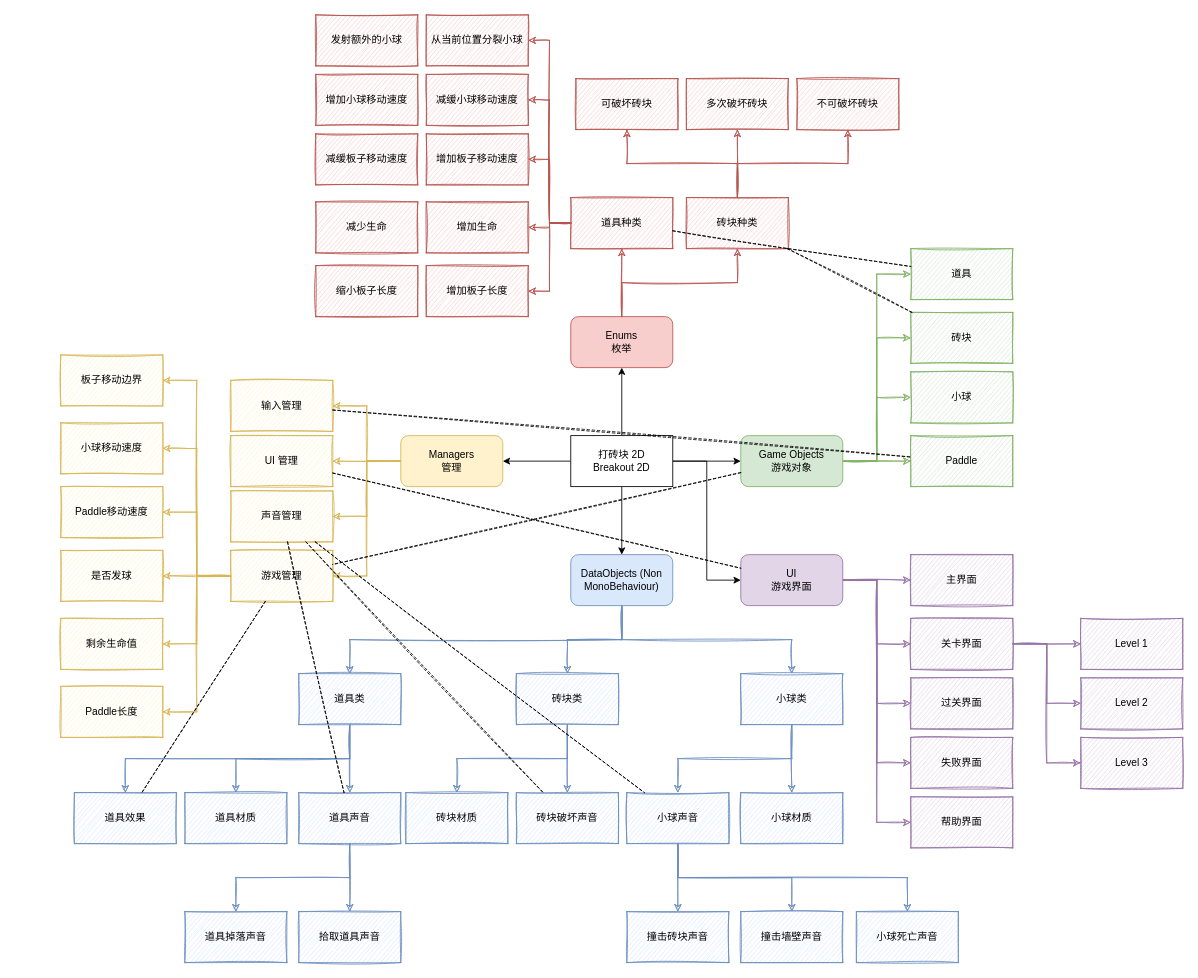
The draw.io diagram page "Game Structure" (2 of 2) of Brickout Game Design.drawio in 8cher/Breakout-2D, before the edit. Source tidied: cells renumbered, new cells numbered last; positions are measured from the earlier drawing's top-left corner, leaving out a move shared by most shapes. Both pictures are drawn from the tidied source at 85%, with x=0, y=0 at pixel (60, 14).
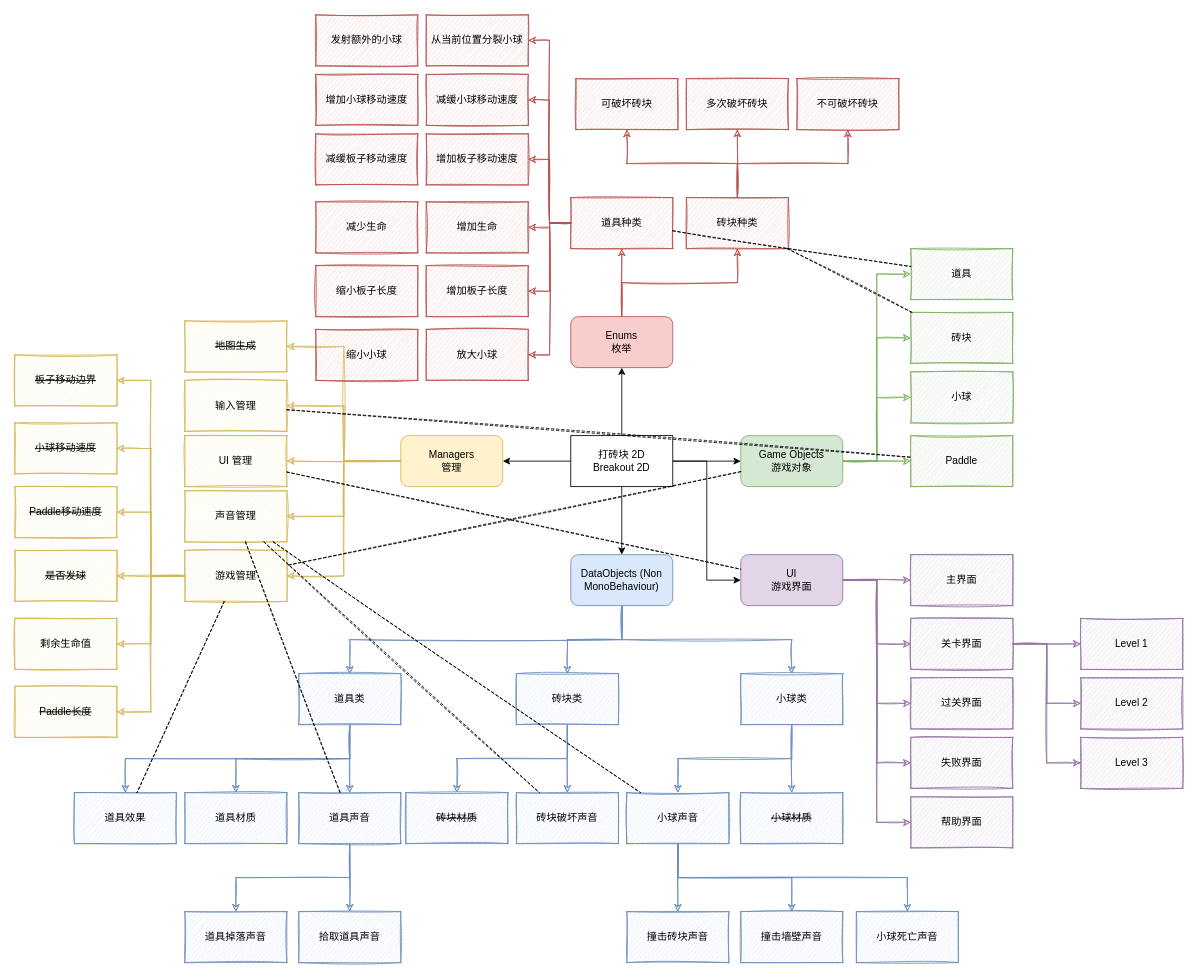
After the change.

Unchanged cells that the change refers to:
```xml
<mxCell id="22" value="&lt;div&gt;Managers&lt;/div&gt;&lt;div&gt;管理&lt;br&gt;&lt;/div&gt;" style="whiteSpace=wrap;html=1;rounded=1;fillColor=#fff2cc;strokeColor=#d6b656;" parent="1" vertex="1">
  <mxGeometry x="400" y="495" width="120" height="60" as="geometry" />
</mxCell>
<mxCell id="30" value="道具种类" style="whiteSpace=wrap;html=1;rounded=0;strokeColor=#b85450;fillColor=#f8cecc;sketch=1;" parent="1" vertex="1">
  <mxGeometry x="600" y="215" width="120" height="60" as="geometry" />
</mxCell>
```

Change to the diagram source:
```diff
@@
+    <mxCell id="121" style="edgeStyle=orthogonalEdgeStyle;rounded=0;sketch=1;jettySize=auto;html=1;entryX=1;entryY=0.5;entryDx=0;entryDy=0;fillColor=#fff2cc;strokeColor=#d6b656;" parent="1" edge="1" source="22" target="125">
+      <mxGeometry relative="1" as="geometry" />
+    </mxCell>
@@
+    <mxCell id="122" style="edgeStyle=orthogonalEdgeStyle;rounded=0;sketch=1;jettySize=auto;html=1;entryX=1;entryY=0.5;entryDx=0;entryDy=0;fillColor=#f8cecc;strokeColor=#b85450;" parent="1" edge="1" source="30" target="123">
+      <mxGeometry relative="1" as="geometry" />
+    </mxCell>
@@
     <mxCell id="37" value="UI 管理" style="whiteSpace=wrap;html=1;rounded=0;strokeColor=#d6b656;fillColor=#fff2cc;sketch=1;" parent="1" vertex="1">
-      <mxGeometry x="200" y="495" width="120" height="60" as="geometry" />
+      <mxGeometry x="146" y="495" width="120" height="60" as="geometry" />
     </mxCell>
     <mxCell id="38" value="声音管理" style="whiteSpace=wrap;html=1;rounded=0;strokeColor=#d6b656;fillColor=#fff2cc;sketch=1;" parent="1" vertex="1">
-      <mxGeometry x="200" y="560" width="120" height="60" as="geometry" />
+      <mxGeometry x="146" y="560" width="120" height="60" as="geometry" />
     </mxCell>
@@
     <mxCell id="50" value="输入管理" style="whiteSpace=wrap;html=1;rounded=0;strokeColor=#d6b656;fillColor=#fff2cc;sketch=1;" parent="1" vertex="1">
-      <mxGeometry x="200" y="430" width="120" height="60" as="geometry" />
+      <mxGeometry x="146" y="430" width="120" height="60" as="geometry" />
     </mxCell>
@@
     <mxCell id="57" value="&lt;div&gt;游戏管理&lt;/div&gt;" style="whiteSpace=wrap;html=1;rounded=0;strokeColor=#d6b656;fillColor=#fff2cc;sketch=1;" parent="1" vertex="1">
-      <mxGeometry x="200" y="630" width="120" height="60" as="geometry" />
+      <mxGeometry x="146" y="630" width="120" height="60" as="geometry" />
     </mxCell>
@@
-    <mxCell id="95" value="是否发球" style="whiteSpace=wrap;html=1;rounded=0;strokeColor=#d6b656;fillColor=#fff2cc;sketch=1;" parent="1" vertex="1">
-      <mxGeometry y="630" width="120" height="60" as="geometry" />
+    <mxCell id="95" value="&lt;strike&gt;是否发球&lt;/strike&gt;" style="whiteSpace=wrap;html=1;rounded=0;strokeColor=#d6b656;fillColor=#fff2cc;sketch=1;shadow=0;" parent="1" vertex="1">
+      <mxGeometry x="-54" y="630" width="120" height="60" as="geometry" />
     </mxCell>
     <mxCell id="96" value="剩余生命值" style="whiteSpace=wrap;html=1;rounded=0;strokeColor=#d6b656;fillColor=#fff2cc;sketch=1;" parent="1" vertex="1">
-      <mxGeometry y="710" width="120" height="60" as="geometry" />
+      <mxGeometry x="-54" y="710" width="120" height="60" as="geometry" />
     </mxCell>
-    <mxCell id="97" value="Paddle移动速度" style="whiteSpace=wrap;html=1;rounded=0;strokeColor=#d6b656;fillColor=#fff2cc;sketch=1;" parent="1" vertex="1">
-      <mxGeometry y="555" width="120" height="60" as="geometry" />
+    <mxCell id="97" value="&lt;strike&gt;Paddle移动速度&lt;/strike&gt;" style="whiteSpace=wrap;html=1;rounded=0;strokeColor=#d6b656;fillColor=#fff2cc;sketch=1;fontStyle=0;" parent="1" vertex="1">
+      <mxGeometry x="-54" y="555" width="120" height="60" as="geometry" />
     </mxCell>
-    <mxCell id="98" value="小球移动速度" style="whiteSpace=wrap;html=1;rounded=0;strokeColor=#d6b656;fillColor=#fff2cc;sketch=1;" parent="1" vertex="1">
-      <mxGeometry y="480" width="120" height="60" as="geometry" />
+    <mxCell id="98" value="&lt;strike&gt;小球移动速度&lt;/strike&gt;" style="whiteSpace=wrap;html=1;rounded=0;strokeColor=#d6b656;fillColor=#fff2cc;sketch=1;fontStyle=0;" parent="1" vertex="1">
+      <mxGeometry x="-54" y="480" width="120" height="60" as="geometry" />
     </mxCell>
-    <mxCell id="99" value="Paddle长度" style="whiteSpace=wrap;html=1;rounded=0;strokeColor=#d6b656;fillColor=#fff2cc;sketch=1;" parent="1" vertex="1">
-      <mxGeometry y="790" width="120" height="60" as="geometry" />
+    <mxCell id="99" value="&lt;strike&gt;Paddle长度&lt;/strike&gt;" style="whiteSpace=wrap;html=1;rounded=0;strokeColor=#d6b656;fillColor=#fff2cc;sketch=1;" parent="1" vertex="1">
+      <mxGeometry x="-54" y="790" width="120" height="60" as="geometry" />
     </mxCell>
-    <mxCell id="100" value="小球材质" style="whiteSpace=wrap;html=1;rounded=0;strokeColor=#6c8ebf;fillColor=#dae8fc;sketch=1;" parent="1" vertex="1">
+    <mxCell id="100" value="&lt;strike&gt;小球材质&lt;/strike&gt;" style="whiteSpace=wrap;html=1;rounded=0;strokeColor=#6c8ebf;fillColor=#dae8fc;sketch=1;" parent="1" vertex="1">
       <mxGeometry x="800" y="915" width="120" height="60" as="geometry" />
     </mxCell>
@@
-    <mxCell id="103" value="砖块材质" style="whiteSpace=wrap;html=1;rounded=0;strokeColor=#6c8ebf;fillColor=#dae8fc;sketch=1;" parent="1" vertex="1">
+    <mxCell id="103" value="&lt;strike&gt;砖块材质&lt;/strike&gt;" style="whiteSpace=wrap;html=1;rounded=0;strokeColor=#6c8ebf;fillColor=#dae8fc;sketch=1;" parent="1" vertex="1">
       <mxGeometry x="406" y="915" width="120" height="60" as="geometry" />
     </mxCell>
@@
-    <mxCell id="120" value="板子移动边界" style="whiteSpace=wrap;html=1;rounded=0;strokeColor=#d6b656;fillColor=#fff2cc;sketch=1;" parent="1" vertex="1">
-      <mxGeometry y="400" width="120" height="60" as="geometry" />
+    <mxCell id="120" value="&lt;strike&gt;板子移动边界&lt;/strike&gt;" style="whiteSpace=wrap;html=1;rounded=0;strokeColor=#d6b656;fillColor=#fff2cc;sketch=1;" parent="1" vertex="1">
+      <mxGeometry x="-54" y="400" width="120" height="60" as="geometry" />
     </mxCell>
+    <mxCell id="123" value="放大小球" style="whiteSpace=wrap;html=1;rounded=0;strokeColor=#b85450;fillColor=#f8cecc;sketch=1;" parent="1" vertex="1">
+      <mxGeometry x="430" y="370" width="120" height="60" as="geometry" />
+    </mxCell>
+    <mxCell id="124" value="缩小小球" style="whiteSpace=wrap;html=1;rounded=0;strokeColor=#b85450;fillColor=#f8cecc;sketch=1;" parent="1" vertex="1">
+      <mxGeometry x="300" y="370" width="120" height="60" as="geometry" />
+    </mxCell>
+    <mxCell id="125" value="&lt;strike&gt;地图生成&lt;/strike&gt;" style="whiteSpace=wrap;html=1;rounded=0;strokeColor=#d6b656;fillColor=#fff2cc;sketch=1;" parent="1" vertex="1">
+      <mxGeometry x="146" y="360" width="120" height="60" as="geometry" />
+    </mxCell>
```
